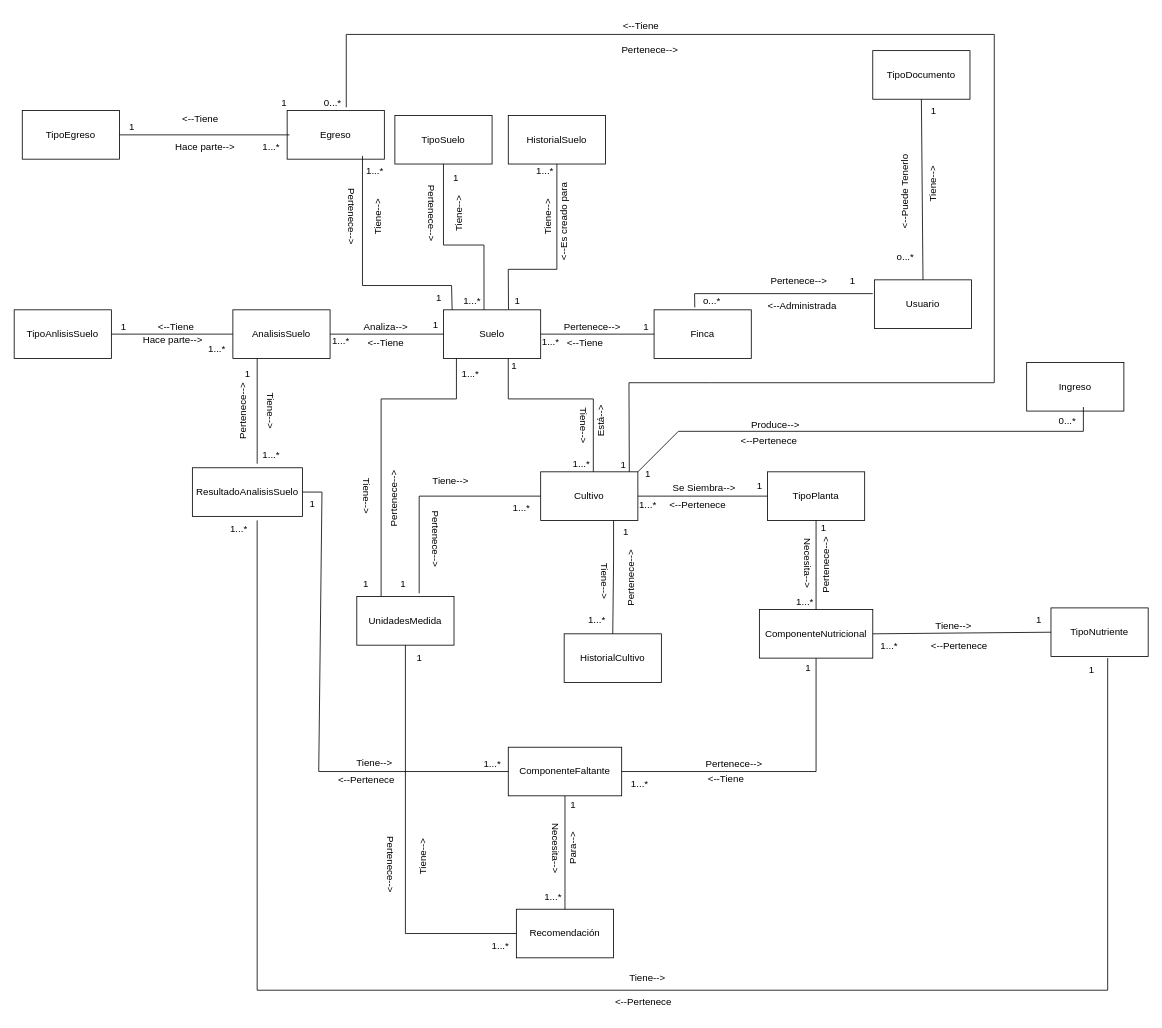
1193090526alexander/IngenieriaDeSotwareII keeps this draw.io diagram as proyecto de clase cropscan/CropScan.drawio. Above is the earlier version. Source tidied: cells renumbered, new cells numbered last; positions are measured from the earlier drawing's top-left corner, leaving out a move shared by most shapes. Both pictures are drawn from the tidied source at 81%, with x=0, y=0 at pixel (14, 14).
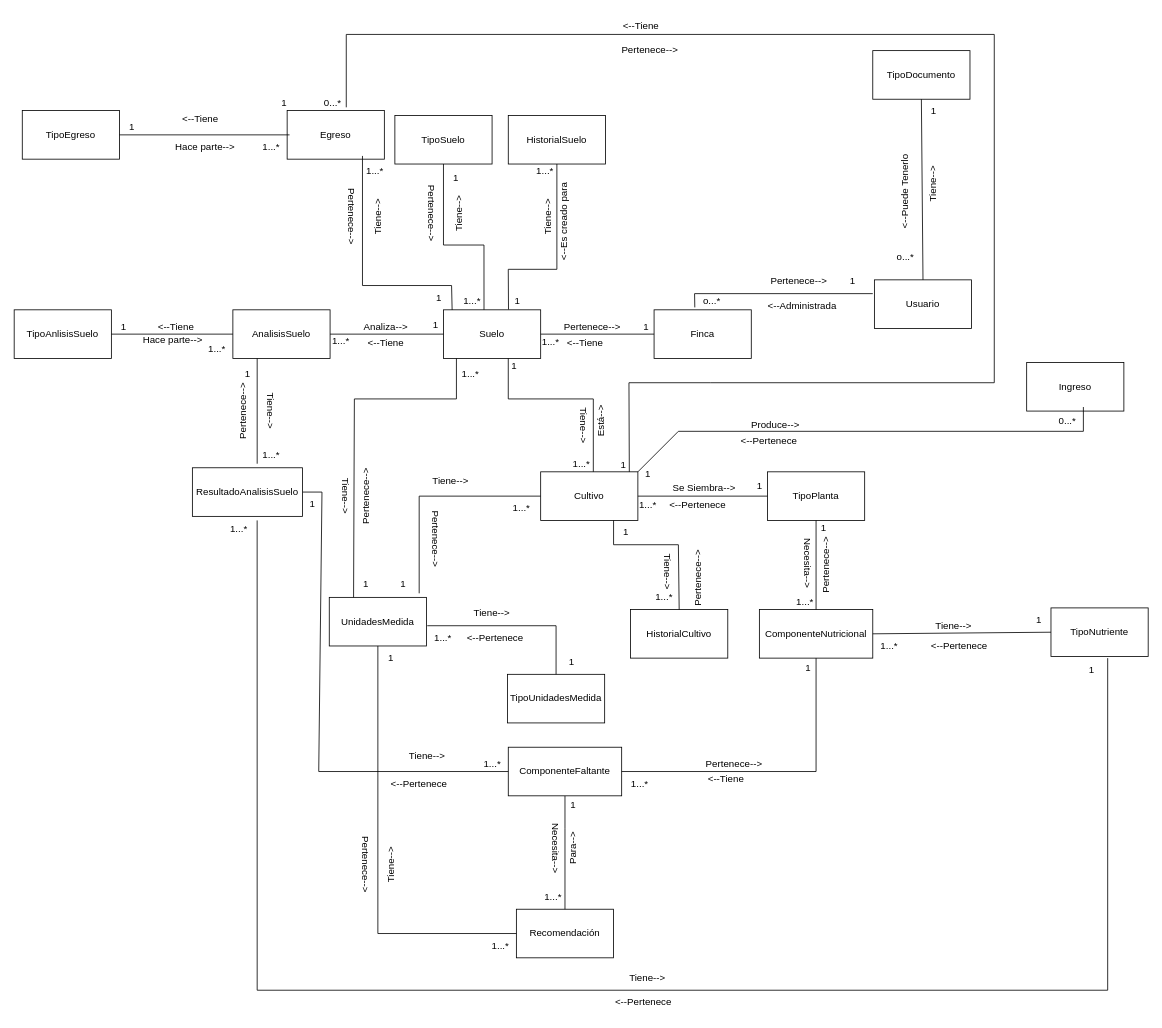
Above is the later version.

Unchanged cells that the change refers to:
```xml
<mxCell id="15" value="Recomendación" style="rounded=0;whiteSpace=wrap;html=1;" parent="1" vertex="1">
  <mxGeometry x="620" y="1105" width="120" height="60" as="geometry" />
</mxCell>
<mxCell id="16" value="Cultivo" style="rounded=0;whiteSpace=wrap;html=1;" parent="1" vertex="1">
  <mxGeometry x="650" y="565" width="120" height="60" as="geometry" />
</mxCell>
```

Diff of the diagram source:
```diff
@@
     <mxCell id="72" value="&amp;lt;--Pertenece" style="text;html=1;strokeColor=none;fillColor=none;align=center;verticalAlign=middle;whiteSpace=wrap;rounded=0;" parent="1" vertex="1">
-      <mxGeometry x="385" y="931" width="100" height="30" as="geometry" />
+      <mxGeometry x="450" y="935" width="100" height="30" as="geometry" />
     </mxCell>
@@
     <mxCell id="74" value="Tiene--&amp;gt;" style="text;html=1;strokeColor=none;fillColor=none;align=center;verticalAlign=middle;whiteSpace=wrap;rounded=0;rotation=0;" parent="1" vertex="1">
-      <mxGeometry x="405" y="910" width="80" height="30" as="geometry" />
+      <mxGeometry x="470" y="901" width="80" height="30" as="geometry" />
     </mxCell>
@@
     <mxCell id="99" value="HistorialCultivo" style="rounded=0;whiteSpace=wrap;html=1;" parent="1" vertex="1">
-      <mxGeometry x="679" y="765" width="120" height="60" as="geometry" />
+      <mxGeometry x="761" y="735" width="120" height="60" as="geometry" />
     </mxCell>
     <mxCell id="100" style="endArrow=none;html=1;rounded=0;entryX=0.75;entryY=1;entryDx=0;entryDy=0;exitX=0.5;exitY=0;exitDx=0;exitDy=0;" parent="1" edge="1" source="99" target="16">
       <mxGeometry relative="1" as="geometry">
         <Array as="points">
-          <mxPoint x="740" y="675" />
+          <mxPoint x="820" y="655" />
+          <mxPoint x="740" y="655" />
         </Array>
       </mxGeometry>
     </mxCell>
     <mxCell id="101" value="Tiene--&amp;gt;" style="text;html=1;strokeColor=none;fillColor=none;align=center;verticalAlign=middle;whiteSpace=wrap;rounded=0;rotation=90;" parent="1" vertex="1">
-      <mxGeometry x="695" y="693" width="67" height="14" as="geometry" />
+      <mxGeometry x="774" y="681.5" width="67" height="14" as="geometry" />
     </mxCell>
     <mxCell id="102" value="Pertenece--&amp;gt;" style="text;html=1;strokeColor=none;fillColor=none;align=center;verticalAlign=middle;whiteSpace=wrap;rounded=0;rotation=270;" parent="1" vertex="1">
-      <mxGeometry x="722" y="681" width="80" height="30" as="geometry" />
+      <mxGeometry x="804" y="681" width="80" height="30" as="geometry" />
     </mxCell>
@@
     <mxCell id="104" value="1...*" style="text;html=1;align=center;verticalAlign=middle;strokeColor=none;fillColor=none;" parent="1" vertex="1">
-      <mxGeometry x="699" y="733" width="40" height="30" as="geometry" />
+      <mxGeometry x="782" y="705" width="40" height="30" as="geometry" />
     </mxCell>
@@
     <mxCell id="128" value="UnidadesMedida" style="rounded=0;whiteSpace=wrap;html=1;" parent="1" vertex="1">
-      <mxGeometry x="423" y="719" width="120" height="60" as="geometry" />
+      <mxGeometry x="389" y="720" width="120" height="60" as="geometry" />
     </mxCell>
     <mxCell id="129" style="endArrow=none;html=1;rounded=0;exitX=0.25;exitY=0;exitDx=0;exitDy=0;" parent="1" edge="1" source="128">
       <mxGeometry relative="1" as="geometry">
         <mxPoint x="546" y="425" as="targetPoint" />
         <Array as="points">
-          <mxPoint x="453" y="475" />
+          <mxPoint x="420" y="475" />
           <mxPoint x="546" y="475" />
         </Array>
       </mxGeometry>
     </mxCell>
@@
     <mxCell id="134" value="Tiene--&amp;gt;" style="text;html=1;strokeColor=none;fillColor=none;align=center;verticalAlign=middle;whiteSpace=wrap;rounded=0;rotation=90;" parent="1" vertex="1">
-      <mxGeometry x="395" y="580" width="80" height="30" as="geometry" />
+      <mxGeometry x="369" y="580" width="80" height="30" as="geometry" />
     </mxCell>
@@
     <mxCell id="136" value="Pertenece--&amp;gt;" style="text;html=1;strokeColor=none;fillColor=none;align=center;verticalAlign=middle;whiteSpace=wrap;rounded=0;rotation=270;" parent="1" vertex="1">
-      <mxGeometry x="429" y="583" width="80" height="30" as="geometry" />
+      <mxGeometry x="395" y="580" width="80" height="30" as="geometry" />
     </mxCell>
     <mxCell id="137" style="endArrow=none;html=1;rounded=0;exitX=0;exitY=0.5;exitDx=0;exitDy=0;entryX=0.5;entryY=1;entryDx=0;entryDy=0;" parent="1" edge="1" source="15" target="128">
       <mxGeometry relative="1" as="geometry">
         <Array as="points">
-          <mxPoint x="483" y="1135" />
+          <mxPoint x="449" y="1135" />
         </Array>
       </mxGeometry>
     </mxCell>
     <mxCell id="138" value="1" style="text;html=1;align=center;verticalAlign=middle;strokeColor=none;fillColor=none;" parent="1" vertex="1">
-      <mxGeometry x="485" y="780" width="30" height="30" as="geometry" />
+      <mxGeometry x="450" y="780" width="30" height="30" as="geometry" />
     </mxCell>
@@
     <mxCell id="140" value="Pertenece--&amp;gt;" style="text;html=1;strokeColor=none;fillColor=none;align=center;verticalAlign=middle;whiteSpace=wrap;rounded=0;rotation=90;" parent="1" vertex="1">
-      <mxGeometry x="425" y="1035" width="80" height="30" as="geometry" />
+      <mxGeometry x="394" y="1035" width="80" height="30" as="geometry" />
     </mxCell>
     <mxCell id="141" value="Tiene--&amp;gt;" style="text;html=1;strokeColor=none;fillColor=none;align=center;verticalAlign=middle;whiteSpace=wrap;rounded=0;rotation=270;" parent="1" vertex="1">
-      <mxGeometry x="465" y="1025" width="80" height="30" as="geometry" />
+      <mxGeometry x="425" y="1035" width="80" height="30" as="geometry" />
     </mxCell>
@@
+    <mxCell id="143" value="TipoUnidadesMedida" style="rounded=0;whiteSpace=wrap;html=1;" parent="1" vertex="1">
+      <mxGeometry x="609" y="815" width="120" height="60" as="geometry" />
+    </mxCell>
+    <mxCell id="144" style="endArrow=none;html=1;rounded=0;entryX=0.5;entryY=0;entryDx=0;entryDy=0;" parent="1" edge="1" target="143">
+      <mxGeometry relative="1" as="geometry">
+        <mxPoint x="510" y="755" as="sourcePoint" />
+        <Array as="points">
+          <mxPoint x="669" y="755" />
+        </Array>
+      </mxGeometry>
+    </mxCell>
+    <mxCell id="145" value="Tiene--&amp;gt;" style="text;html=1;strokeColor=none;fillColor=none;align=center;verticalAlign=middle;whiteSpace=wrap;rounded=0;" parent="1" vertex="1">
+      <mxGeometry x="560" y="725" width="60" height="30" as="geometry" />
+    </mxCell>
+    <mxCell id="146" value="&amp;lt;--Pertenece" style="text;html=1;strokeColor=none;fillColor=none;align=center;verticalAlign=middle;whiteSpace=wrap;rounded=0;" parent="1" vertex="1">
+      <mxGeometry x="553.5" y="755" width="80" height="30" as="geometry" />
+    </mxCell>
+    <mxCell id="147" value="1" style="text;html=1;align=center;verticalAlign=middle;strokeColor=none;fillColor=none;" parent="1" vertex="1">
+      <mxGeometry x="673" y="785" width="30" height="30" as="geometry" />
+    </mxCell>
+    <mxCell id="148" value="1...*" style="text;html=1;align=center;verticalAlign=middle;strokeColor=none;fillColor=none;" parent="1" vertex="1">
+      <mxGeometry x="509" y="755" width="40" height="30" as="geometry" />
+    </mxCell>
```
